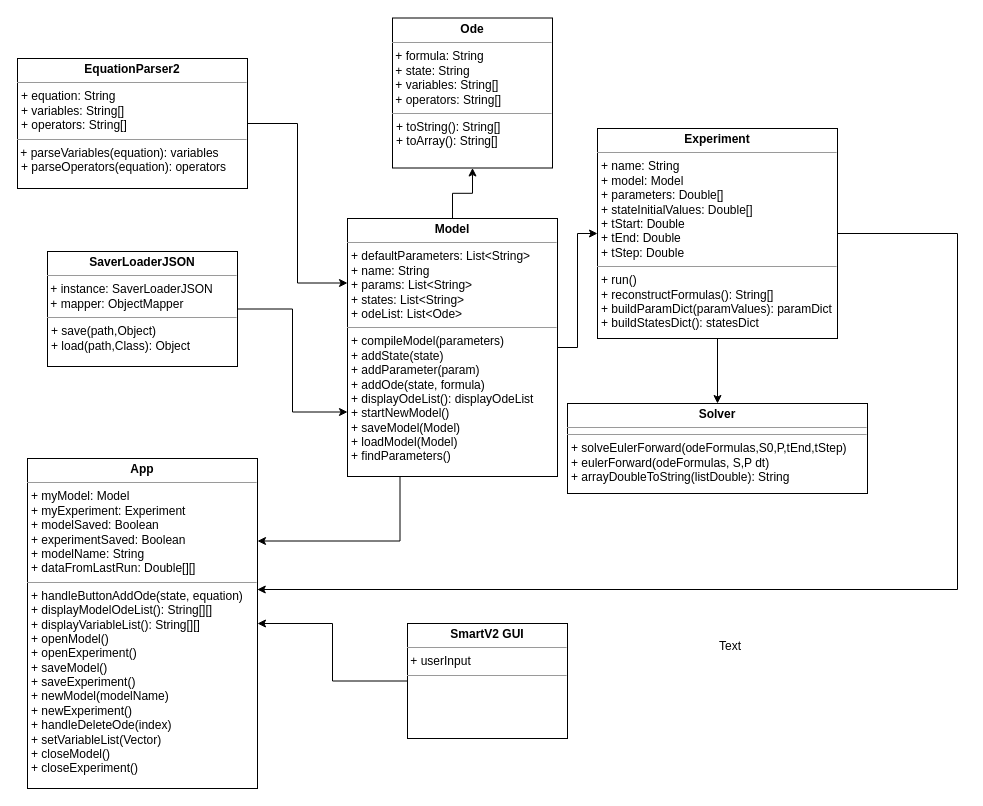
Before: docs/Class_Diagram.drawio in danielambrosius/SMARTV2, a draw.io diagram. Source tidied: cells renumbered, new cells numbered last; positions are measured from the earlier drawing's top-left corner, leaving out a move shared by most shapes. Both pictures are drawn from the tidied source at 100%, with x=0, y=0 at pixel (17, 18).
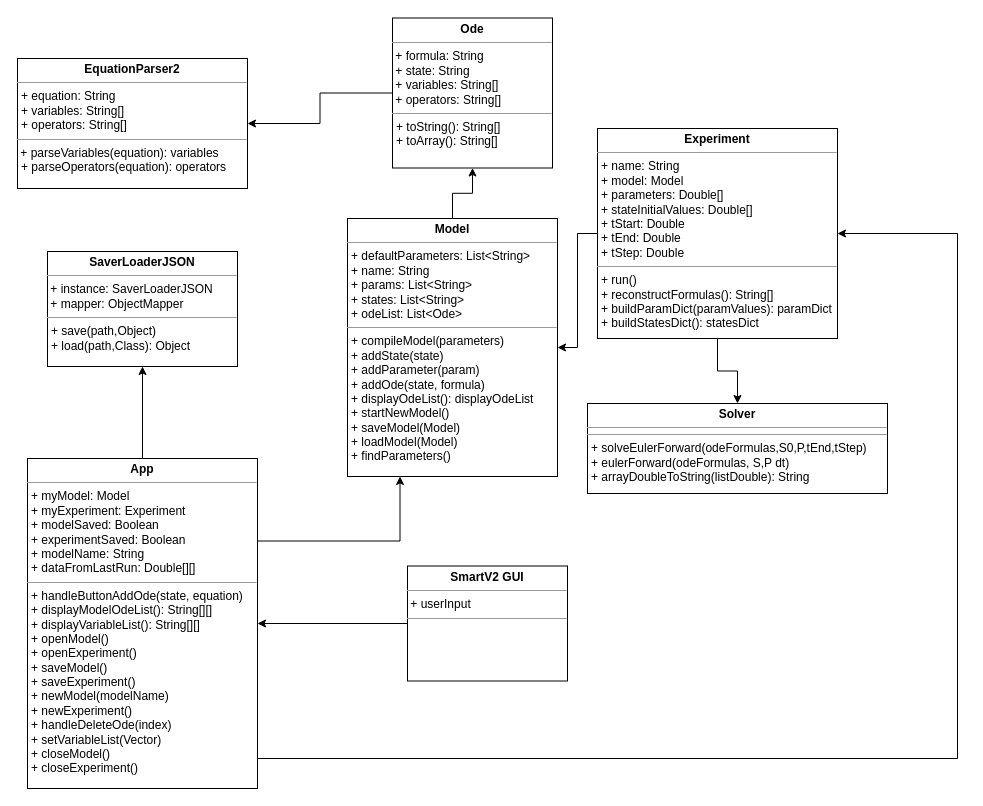
The same page after the edit.

Commit message:
SB: Updated Class Diagram Again

The change refers to these unchanged cells:
```xml
<mxCell id="3" value="&lt;p style=&quot;margin: 0px ; margin-top: 4px ; text-align: center&quot;&gt;&lt;b&gt;EquationParser2&lt;br&gt;&lt;/b&gt;&lt;/p&gt;&lt;hr size=&quot;1&quot;&gt;&lt;p style=&quot;margin: 0px ; margin-left: 4px&quot;&gt;+ equation: String&lt;/p&gt;&lt;p style=&quot;margin: 0px ; margin-left: 4px&quot;&gt;+ variables: String[]&lt;/p&gt;&lt;p style=&quot;margin: 0px ; margin-left: 4px&quot;&gt;+ operators: String[]&lt;br&gt;&lt;/p&gt;&lt;hr size=&quot;1&quot;&gt;&lt;div&gt;&amp;nbsp;+ parseVariables(equation): variables&lt;/div&gt;&lt;p style=&quot;margin: 0px ; margin-left: 4px&quot;&gt;+ parseOperators(equation): operators&lt;/p&gt;&lt;p style=&quot;margin: 0px ; margin-left: 4px&quot;&gt;&lt;br&gt;&lt;/p&gt;&lt;p style=&quot;margin: 0px ; margin-left: 4px&quot;&gt;&lt;br&gt;&lt;/p&gt;" style="verticalAlign=top;align=left;overflow=fill;fontSize=12;fontFamily=Helvetica;html=1;" parent="1" vertex="1">
  <mxGeometry y="40" width="230" height="130" as="geometry" />
</mxCell>
<mxCell id="7" value="&lt;p style=&quot;margin: 0px ; margin-top: 4px ; text-align: center&quot;&gt;&lt;b&gt;Model&lt;/b&gt;&lt;/p&gt;&lt;hr size=&quot;1&quot;&gt;&lt;p style=&quot;margin: 0px ; margin-left: 4px&quot;&gt;+ defaultParameters: List&amp;lt;String&amp;gt;&lt;/p&gt;&lt;p style=&quot;margin: 0px ; margin-left: 4px&quot;&gt;+ name: String&lt;/p&gt;&lt;p style=&quot;margin: 0px ; margin-left: 4px&quot;&gt;+ params: List&amp;lt;String&amp;gt;&lt;/p&gt;&lt;p style=&quot;margin: 0px ; margin-left: 4px&quot;&gt;+ states: List&amp;lt;String&amp;gt;&lt;br&gt;&lt;/p&gt;&lt;p style=&quot;margin: 0px ; margin-left: 4px&quot;&gt;+ odeList: List&amp;lt;Ode&amp;gt;&lt;br&gt;&lt;/p&gt;&lt;hr size=&quot;1&quot;&gt;&lt;p style=&quot;margin: 0px ; margin-left: 4px&quot;&gt;+ compileModel(parameters)&lt;/p&gt;&lt;p style=&quot;margin: 0px ; margin-left: 4px&quot;&gt;+ addState(state)&lt;/p&gt;&lt;p style=&quot;margin: 0px ; margin-left: 4px&quot;&gt;+ addParameter(param)&lt;br&gt;&lt;/p&gt;&lt;p style=&quot;margin: 0px ; margin-left: 4px&quot;&gt;+ addOde(state, formula)&lt;br&gt;&lt;/p&gt;&lt;p style=&quot;margin: 0px ; margin-left: 4px&quot;&gt;+ displayOdeList(): displayOdeList&lt;br&gt;&lt;/p&gt;&lt;p style=&quot;margin: 0px ; margin-left: 4px&quot;&gt;+ startNewModel()&lt;br&gt;&lt;/p&gt;&lt;p style=&quot;margin: 0px ; margin-left: 4px&quot;&gt;+ saveModel(Model)&lt;/p&gt;&lt;p style=&quot;margin: 0px ; margin-left: 4px&quot;&gt;+ loadModel(Model)&lt;/p&gt;&lt;p style=&quot;margin: 0px ; margin-left: 4px&quot;&gt;+ findParameters()&lt;br&gt;&lt;/p&gt;" style="verticalAlign=top;align=left;overflow=fill;fontSize=12;fontFamily=Helvetica;html=1;" parent="1" vertex="1">
  <mxGeometry x="330" y="200" width="210" height="258" as="geometry" />
</mxCell>
<mxCell id="10" value="&lt;p style=&quot;margin: 0px ; margin-top: 4px ; text-align: center&quot;&gt;&lt;b&gt;Experiment&lt;/b&gt;&lt;/p&gt;&lt;hr size=&quot;1&quot;&gt;&lt;p style=&quot;margin: 0px ; margin-left: 4px&quot;&gt;+ name: String&lt;br&gt;&lt;/p&gt;&lt;p style=&quot;margin: 0px ; margin-left: 4px&quot;&gt;+ model: Model&lt;br&gt;&lt;/p&gt;&lt;p style=&quot;margin: 0px ; margin-left: 4px&quot;&gt;+ parameters: Double[]&lt;/p&gt;&lt;p style=&quot;margin: 0px ; margin-left: 4px&quot;&gt;+ stateInitialValues: Double[]&lt;/p&gt;&lt;p style=&quot;margin: 0px ; margin-left: 4px&quot;&gt;+ tStart: Double&lt;/p&gt;&lt;p style=&quot;margin: 0px ; margin-left: 4px&quot;&gt;+ tEnd: Double&lt;/p&gt;&lt;p style=&quot;margin: 0px ; margin-left: 4px&quot;&gt;+ tStep: Double&lt;br&gt;&lt;/p&gt;&lt;hr size=&quot;1&quot;&gt;&lt;p style=&quot;margin: 0px ; margin-left: 4px&quot;&gt;+ run()&lt;/p&gt;&lt;p style=&quot;margin: 0px ; margin-left: 4px&quot;&gt;+ reconstructFormulas(): String[]&lt;br&gt;&lt;/p&gt;&lt;p style=&quot;margin: 0px ; margin-left: 4px&quot;&gt;+ buildParamDict(paramValues): paramDict&lt;/p&gt;&lt;p style=&quot;margin: 0px ; margin-left: 4px&quot;&gt;+ buildStatesDict(): statesDict&lt;br&gt;&lt;/p&gt;&lt;p style=&quot;margin: 0px ; margin-left: 4px&quot;&gt;&lt;br&gt;&lt;/p&gt;" style="verticalAlign=top;align=left;overflow=fill;fontSize=12;fontFamily=Helvetica;html=1;" parent="1" vertex="1">
  <mxGeometry x="580" y="110" width="240" height="210" as="geometry" />
</mxCell>
<mxCell id="12" value="&lt;p style=&quot;margin: 0px ; margin-top: 4px ; text-align: center&quot;&gt;&lt;b&gt;SaverLoaderJSON&lt;/b&gt;&lt;/p&gt;&lt;hr size=&quot;1&quot;&gt;&lt;div&gt;&amp;nbsp;+ instance: SaverLoaderJSON&lt;/div&gt;&lt;div&gt;&amp;nbsp;+ mapper: ObjectMapper&lt;br&gt;&lt;/div&gt;&lt;hr size=&quot;1&quot;&gt;&lt;p style=&quot;margin: 0px ; margin-left: 4px&quot;&gt;+ save(path,Object)&lt;br&gt;&lt;/p&gt;&lt;p style=&quot;margin: 0px ; margin-left: 4px&quot;&gt;+ load(path,Class): Object&lt;br&gt;&lt;/p&gt;" style="verticalAlign=top;align=left;overflow=fill;fontSize=12;fontFamily=Helvetica;html=1;" parent="1" vertex="1">
  <mxGeometry x="30" y="233" width="190" height="115" as="geometry" />
</mxCell>
<mxCell id="13" value="&lt;p style=&quot;margin: 0px ; margin-top: 4px ; text-align: center&quot;&gt;&lt;b&gt;Ode&lt;/b&gt;&lt;/p&gt;&lt;hr size=&quot;1&quot;&gt;&lt;div&gt;&amp;nbsp;+ formula: String&lt;br&gt;&lt;/div&gt;&lt;div&gt;&amp;nbsp;+ state: String&lt;br&gt;&lt;/div&gt;&lt;div&gt;&amp;nbsp;+ variables: String[]&lt;br&gt;&lt;/div&gt;&lt;div&gt;&amp;nbsp;+ operators: String[]&lt;br&gt;&lt;/div&gt;&lt;hr size=&quot;1&quot;&gt;&lt;p style=&quot;margin: 0px ; margin-left: 4px&quot;&gt;+ toString(): String[]&lt;br&gt;&lt;/p&gt;&lt;p style=&quot;margin: 0px ; margin-left: 4px&quot;&gt;+ toArray(): String[]&lt;br&gt;&lt;/p&gt;" style="verticalAlign=top;align=left;overflow=fill;fontSize=12;fontFamily=Helvetica;html=1;" parent="1" vertex="1">
  <mxGeometry x="375" y="-0.5" width="160" height="150" as="geometry" />
</mxCell>
<mxCell id="14" value="&lt;p style=&quot;margin: 0px ; margin-top: 4px ; text-align: center&quot;&gt;&lt;b&gt;App&lt;/b&gt;&lt;br&gt;&lt;/p&gt;&lt;hr size=&quot;1&quot;&gt;&lt;p style=&quot;margin: 0px ; margin-left: 4px&quot;&gt;+ myModel: Model&lt;br&gt;&lt;/p&gt;&lt;p style=&quot;margin: 0px ; margin-left: 4px&quot;&gt;+ myExperiment: Experiment&lt;/p&gt;&lt;p style=&quot;margin: 0px ; margin-left: 4px&quot;&gt;+ modelSaved: Boolean&lt;/p&gt;&lt;p style=&quot;margin: 0px ; margin-left: 4px&quot;&gt;+ experimentSaved: Boolean&lt;/p&gt;&lt;p style=&quot;margin: 0px ; margin-left: 4px&quot;&gt;+ modelName: String&lt;/p&gt;&lt;p style=&quot;margin: 0px ; margin-left: 4px&quot;&gt;+ dataFromLastRun: Double[][]&lt;/p&gt;&lt;hr size=&quot;1&quot;&gt;&lt;p style=&quot;margin: 0px ; margin-left: 4px&quot;&gt;+ handleButtonAddOde(state, equation)&lt;/p&gt;&lt;p style=&quot;margin: 0px ; margin-left: 4px&quot;&gt;+ displayModelOdeList(): String[][]&lt;br&gt;&lt;/p&gt;&lt;p style=&quot;margin: 0px ; margin-left: 4px&quot;&gt;+ displayVariableList(): String[][]&lt;/p&gt;&lt;p style=&quot;margin: 0px ; margin-left: 4px&quot;&gt;+ openModel()&lt;br&gt;&lt;/p&gt;&lt;p style=&quot;margin: 0px ; margin-left: 4px&quot;&gt;+ openExperiment()&lt;/p&gt;&lt;p style=&quot;margin: 0px ; margin-left: 4px&quot;&gt;+ saveModel()&lt;/p&gt;&lt;p style=&quot;margin: 0px ; margin-left: 4px&quot;&gt;+ saveExperiment()&lt;/p&gt;&lt;p style=&quot;margin: 0px ; margin-left: 4px&quot;&gt;+ newModel(modelName)&lt;/p&gt;&lt;p style=&quot;margin: 0px ; margin-left: 4px&quot;&gt;+ newExperiment()&lt;/p&gt;&lt;p style=&quot;margin: 0px ; margin-left: 4px&quot;&gt;+ handleDeleteOde(index)&lt;/p&gt;&lt;p style=&quot;margin: 0px ; margin-left: 4px&quot;&gt;+ setVariableList(Vector)&lt;/p&gt;&lt;p style=&quot;margin: 0px ; margin-left: 4px&quot;&gt;+ closeModel()&lt;/p&gt;&lt;p style=&quot;margin: 0px ; margin-left: 4px&quot;&gt;+ closeExperiment()&lt;br&gt;&lt;/p&gt;&lt;p style=&quot;margin: 0px ; margin-left: 4px&quot;&gt;&lt;br&gt;&lt;/p&gt;" style="verticalAlign=top;align=left;overflow=fill;fontSize=12;fontFamily=Helvetica;html=1;" parent="1" vertex="1">
  <mxGeometry x="10" y="440" width="230" height="330" as="geometry" />
</mxCell>
```

Diff of the diagram source:
```diff
@@
-    <mxCell id="2" style="edgeStyle=orthogonalEdgeStyle;rounded=0;jettySize=auto;html=1;exitX=1;exitY=0.5;exitDx=0;exitDy=0;entryX=0;entryY=0.25;entryDx=0;entryDy=0;" parent="1" edge="1" source="3" target="7">
-      <mxGeometry relative="1" as="geometry" />
-    </mxCell>
@@
-    <mxCell id="5" style="edgeStyle=orthogonalEdgeStyle;rounded=0;jettySize=auto;html=1;" parent="1" edge="1" source="7" target="10">
-      <mxGeometry relative="1" as="geometry" />
-    </mxCell>
-    <mxCell id="6" style="edgeStyle=orthogonalEdgeStyle;rounded=0;jettySize=auto;html=1;exitX=0.25;exitY=1;exitDx=0;exitDy=0;entryX=1;entryY=0.25;entryDx=0;entryDy=0;" parent="1" edge="1" source="7" target="14">
-      <mxGeometry relative="1" as="geometry" />
-    </mxCell>
@@
-    <mxCell id="9" style="edgeStyle=orthogonalEdgeStyle;rounded=0;jettySize=auto;html=1;entryX=0.999;entryY=0.397;entryDx=0;entryDy=0;entryPerimeter=0;" parent="1" edge="1" source="10" target="14">
-      <mxGeometry relative="1" as="geometry">
-        <Array as="points">
-          <mxPoint x="940" y="215" />
-          <mxPoint x="940" y="571" />
-        </Array>
-      </mxGeometry>
-    </mxCell>
+    <mxCell id="19" style="edgeStyle=orthogonalEdgeStyle;rounded=0;jettySize=auto;html=1;exitX=0;exitY=0.5;exitDx=0;exitDy=0;entryX=1;entryY=0.5;entryDx=0;entryDy=0;" parent="1" edge="1" source="10" target="7">
+      <mxGeometry relative="1" as="geometry" />
+    </mxCell>
@@
-    <mxCell id="11" style="edgeStyle=orthogonalEdgeStyle;rounded=0;jettySize=auto;html=1;entryX=0;entryY=0.75;entryDx=0;entryDy=0;" parent="1" edge="1" source="12" target="7">
-      <mxGeometry relative="1" as="geometry" />
-    </mxCell>
@@
+    <mxCell id="20" style="edgeStyle=orthogonalEdgeStyle;rounded=0;jettySize=auto;html=1;" parent="1" edge="1" source="13" target="3">
+      <mxGeometry relative="1" as="geometry" />
+    </mxCell>
@@
+    <mxCell id="21" style="edgeStyle=orthogonalEdgeStyle;rounded=0;jettySize=auto;html=1;exitX=1;exitY=0.25;exitDx=0;exitDy=0;entryX=0.25;entryY=1;entryDx=0;entryDy=0;" parent="1" edge="1" source="14" target="7">
+      <mxGeometry relative="1" as="geometry" />
+    </mxCell>
+    <mxCell id="22" style="edgeStyle=orthogonalEdgeStyle;rounded=0;jettySize=auto;html=1;exitX=0.5;exitY=0;exitDx=0;exitDy=0;" parent="1" edge="1" source="14" target="12">
+      <mxGeometry relative="1" as="geometry" />
+    </mxCell>
+    <mxCell id="23" style="edgeStyle=orthogonalEdgeStyle;rounded=0;jettySize=auto;html=1;exitX=1;exitY=0.75;exitDx=0;exitDy=0;entryX=1;entryY=0.5;entryDx=0;entryDy=0;" parent="1" edge="1" source="14" target="10">
+      <mxGeometry relative="1" as="geometry">
+        <Array as="points">
+          <mxPoint x="240" y="740" />
+          <mxPoint x="940" y="740" />
+          <mxPoint x="940" y="215" />
+        </Array>
+      </mxGeometry>
+    </mxCell>
@@
     <mxCell id="15" value="&lt;p style=&quot;margin: 0px ; margin-top: 4px ; text-align: center&quot;&gt;&lt;b&gt;Solver&lt;/b&gt;&lt;/p&gt;&lt;hr size=&quot;1&quot;&gt;&lt;hr size=&quot;1&quot;&gt;&lt;p style=&quot;margin: 0px ; margin-left: 4px&quot;&gt;+ solveEulerForward(odeFormulas,S0,P,tEnd,tStep)&lt;/p&gt;&lt;p style=&quot;margin: 0px ; margin-left: 4px&quot;&gt;+ eulerForward(odeFormulas, S,P dt)&lt;/p&gt;&lt;p style=&quot;margin: 0px ; margin-left: 4px&quot;&gt;+ arrayDoubleToString(listDouble): String&lt;br&gt;&lt;/p&gt;&lt;p style=&quot;margin: 0px ; margin-left: 4px&quot;&gt;&lt;br&gt;&lt;/p&gt;" style="verticalAlign=top;align=left;overflow=fill;fontSize=12;fontFamily=Helvetica;html=1;" parent="1" vertex="1">
-      <mxGeometry x="550" y="385" width="300" height="90" as="geometry" />
+      <mxGeometry x="570" y="385" width="300" height="90" as="geometry" />
     </mxCell>
@@
     <mxCell id="17" value="&lt;p style=&quot;margin: 0px ; margin-top: 4px ; text-align: center&quot;&gt;&lt;b&gt;SmartV2 GUI&lt;br&gt;&lt;/b&gt;&lt;/p&gt;&lt;hr size=&quot;1&quot;&gt;&amp;nbsp;+ userInput&lt;br&gt;&lt;hr size=&quot;1&quot;&gt;" style="verticalAlign=top;align=left;overflow=fill;fontSize=12;fontFamily=Helvetica;html=1;" parent="1" vertex="1">
-      <mxGeometry x="390" y="605" width="160" height="115" as="geometry" />
+      <mxGeometry x="390" y="547.5" width="160" height="115" as="geometry" />
     </mxCell>
-    <mxCell id="18" value="Text" style="text;html=1;align=left;verticalAlign=top;spacingTop=-4;" parent="1" vertex="1">
-      <mxGeometry x="700" y="618" width="40" height="20" as="geometry" />
-    </mxCell>
```
